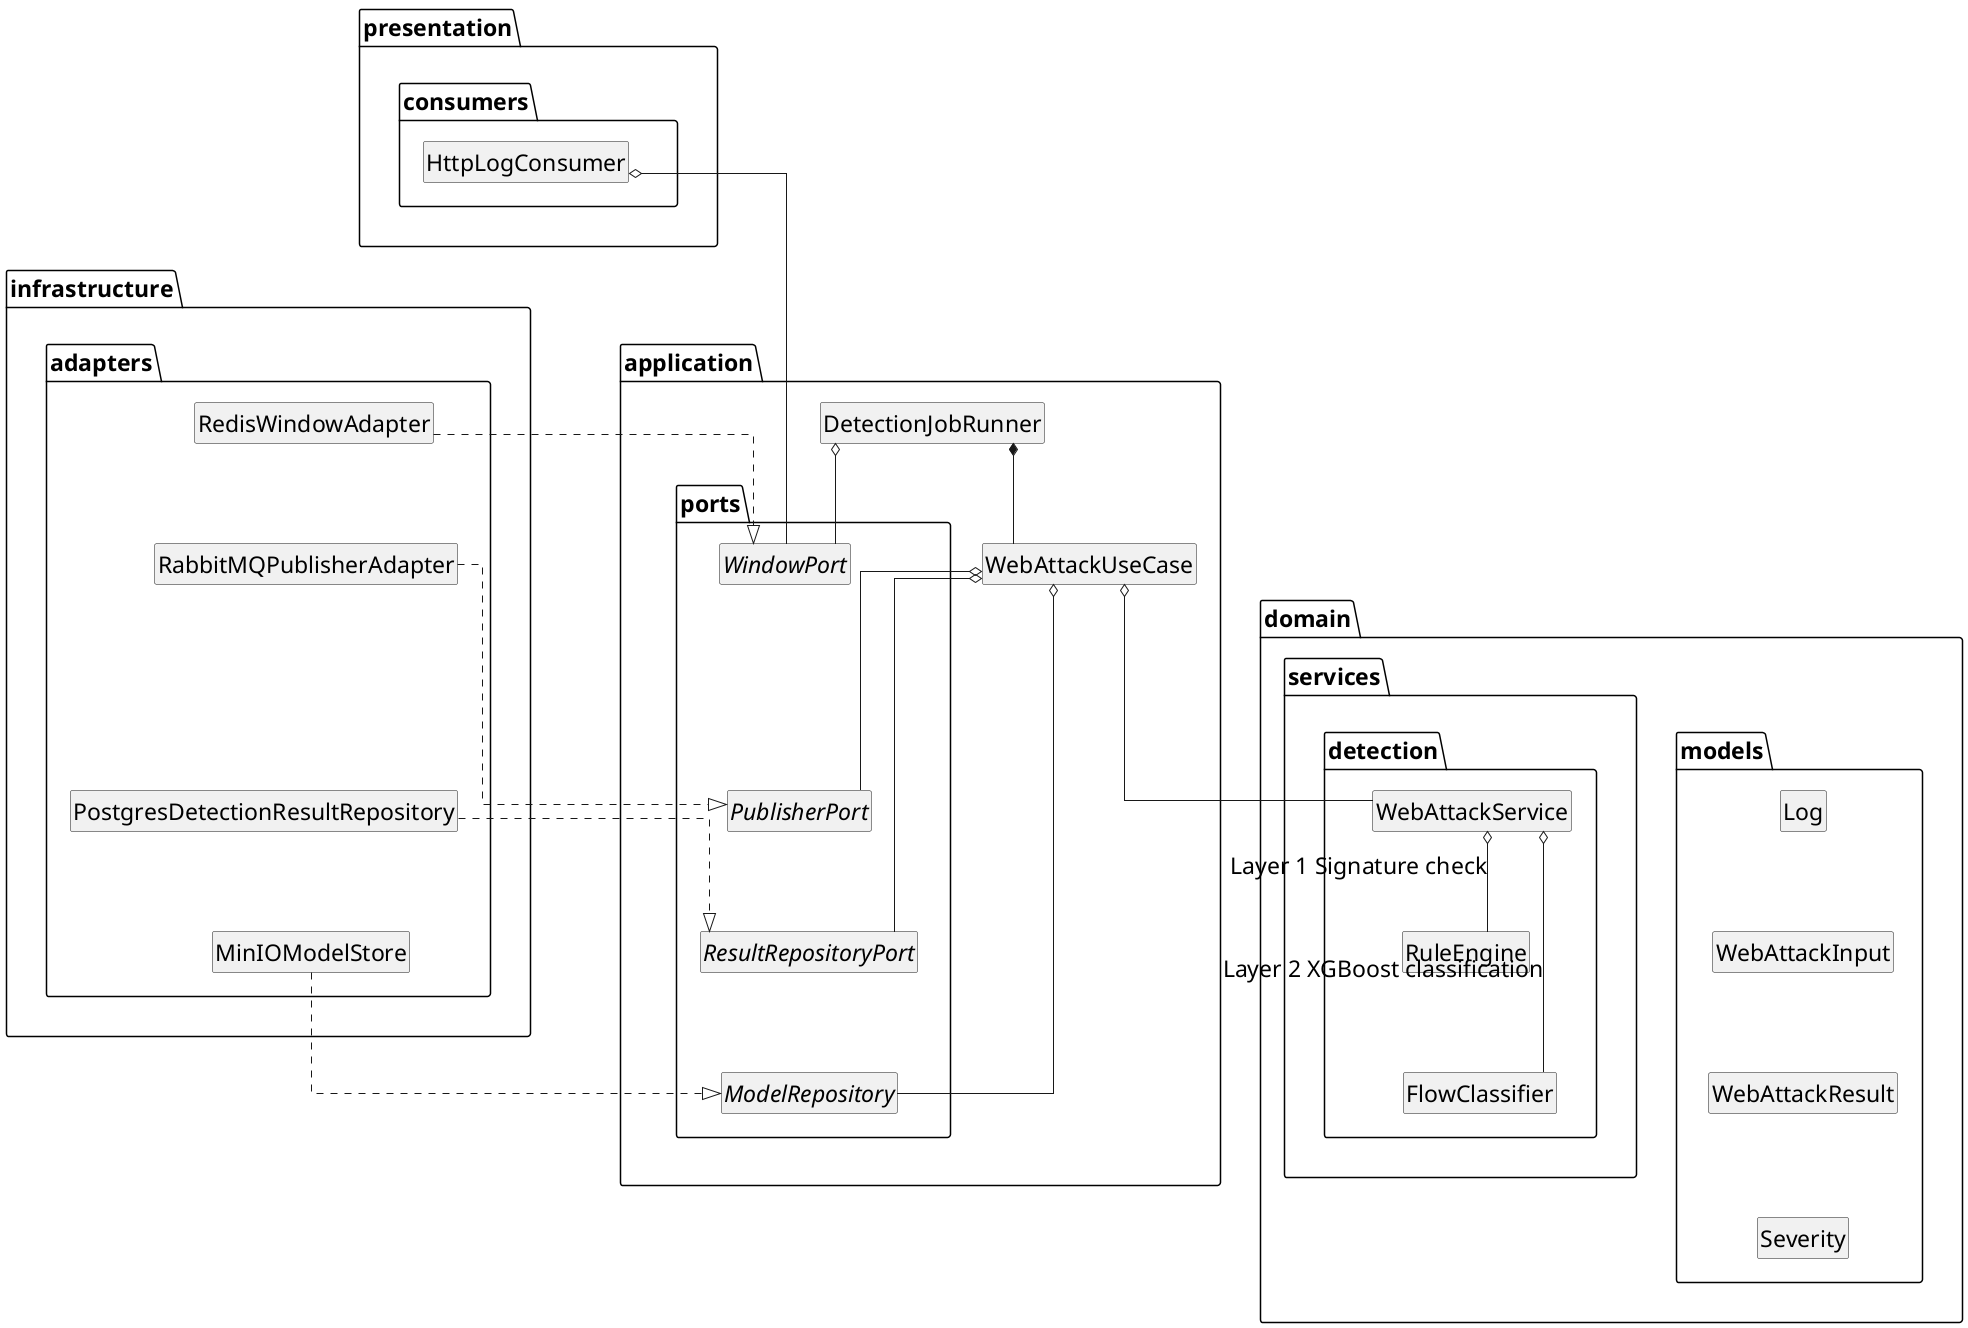
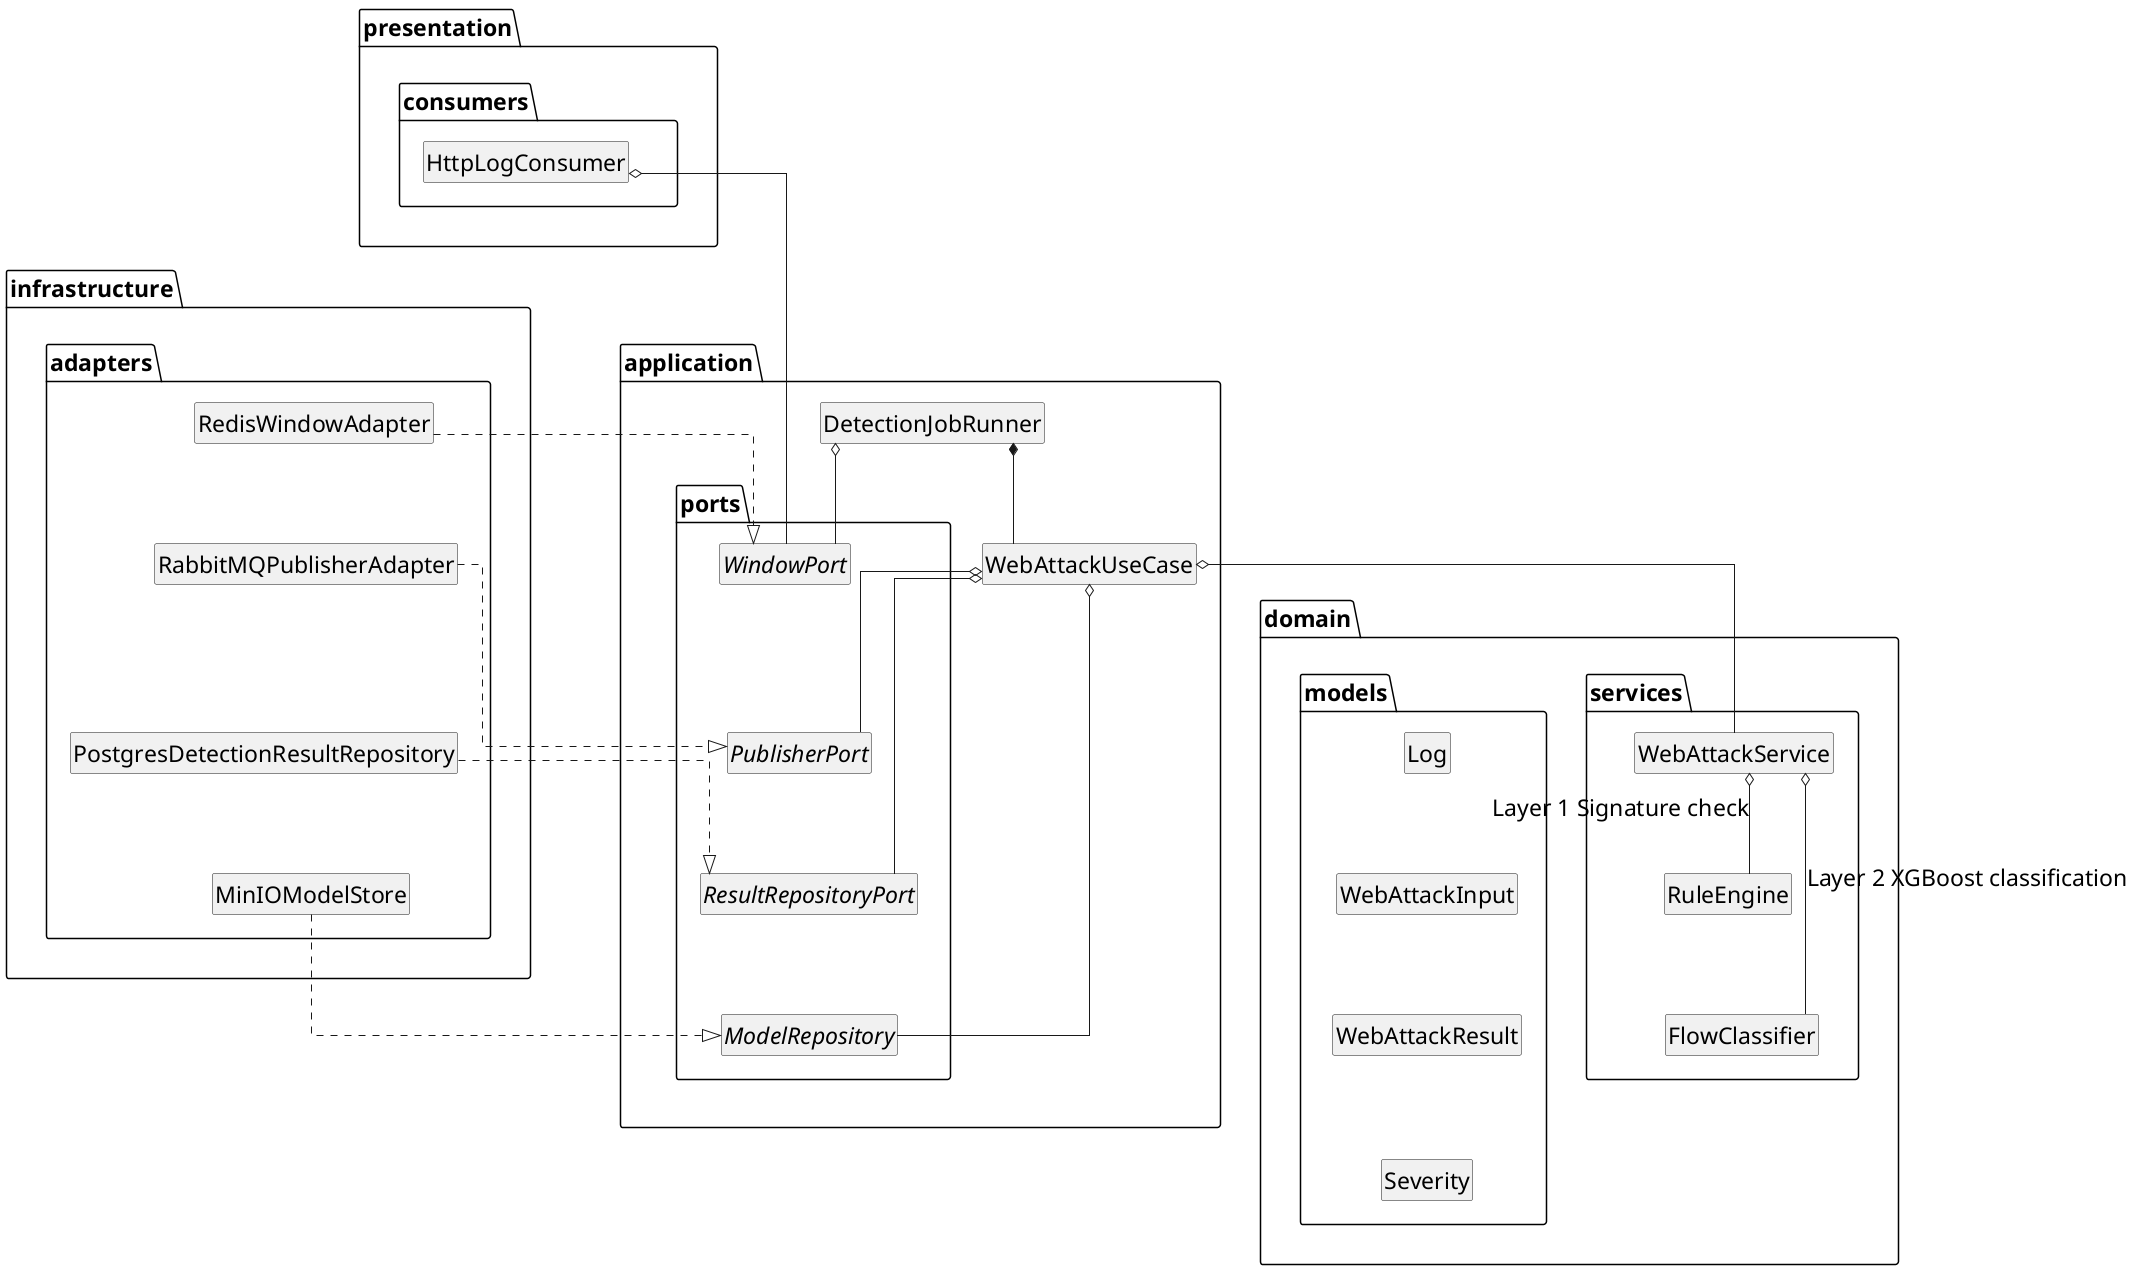
@startuml feature-web-attack-uc3
+ ' Note: WebAttackService, RuleEngine, and FlowClassifier are not classes — they represent
+ ' domain/services/web_attack_service.py, a single module. RuleEngine corresponds to the
+ ' private _rule_engine() helper and FlowClassifier to the inline XGBoost scoring block
+ ' inside the same module's detect() function (UC3 does not share _flow_classifier.py,
+ ' which is UC2/UC4-only). Shown as separate boxes here only to depict the two logical
+ ' layers (Layer 1 regex, Layer 2 XGBoost).
top to bottom direction

skinparam packageStyle folder
skinparam linetype ortho
skinparam ranksep 100
skinparam nodesep 40
skinparam DefaultFontSize 23

hide circle
hide empty members

together {
  package "presentation.consumers" {
    class HttpLogConsumer
  }
}

together {
  package "application" {
    class DetectionJobRunner
    class WebAttackUseCase
  }
}

together {
  package "application.ports" {
    interface WindowPort
    interface PublisherPort
    interface ResultRepositoryPort
    interface ModelRepository

    WindowPort -[hidden]down- PublisherPort
    PublisherPort -[hidden]down- ResultRepositoryPort
    ResultRepositoryPort -[hidden]down- ModelRepository
  }
}

together {
-   package "domain.services.detection" {
+   package "domain.services" {
    class WebAttackService
    class RuleEngine
    class FlowClassifier

    WebAttackService -[hidden]down- RuleEngine
    RuleEngine -[hidden]down- FlowClassifier
  }

  package "domain.models" {
    class Log
    class WebAttackInput
    class WebAttackResult
    class Severity

    Log -[hidden]down- WebAttackInput
    WebAttackInput -[hidden]down- WebAttackResult
    WebAttackResult -[hidden]down- Severity
  }
}

together {
  package "infrastructure.adapters" {
    class RedisWindowAdapter
    class RabbitMQPublisherAdapter
    class PostgresDetectionResultRepository
    class MinIOModelStore

    RedisWindowAdapter -[hidden]down- RabbitMQPublisherAdapter
    RabbitMQPublisherAdapter -[hidden]down- PostgresDetectionResultRepository
    PostgresDetectionResultRepository -[hidden]down- MinIOModelStore
  }
}

' ---- Layer Order ----
"presentation.consumers" -[hidden]down- "application"
"application" -[hidden]down- "application.ports"
- "application.ports" -[hidden]down- "domain.services.detection"
- "domain.services.detection" -[hidden]down- "infrastructure.adapters"
+ "application.ports" -[hidden]down- "domain.services"
+ "domain.services" -[hidden]down- "infrastructure.adapters"

- "domain.services.detection" -[hidden]right- "domain.models"
+ "domain.services" -[hidden]right- "domain.models"

' ---- Interactions / Relationships ----
HttpLogConsumer o-- WindowPort

DetectionJobRunner o-- WindowPort
DetectionJobRunner *-- WebAttackUseCase

WebAttackUseCase o-- WebAttackService
WebAttackUseCase o-- ModelRepository
WebAttackUseCase o-- PublisherPort
WebAttackUseCase o-- ResultRepositoryPort

WebAttackService o-- RuleEngine : Layer 1 Signature check
WebAttackService o-- FlowClassifier : Layer 2 XGBoost classification

RedisWindowAdapter ..|> WindowPort
RabbitMQPublisherAdapter ..|> PublisherPort
PostgresDetectionResultRepository ..|> ResultRepositoryPort
MinIOModelStore ..|> ModelRepository

@enduml
